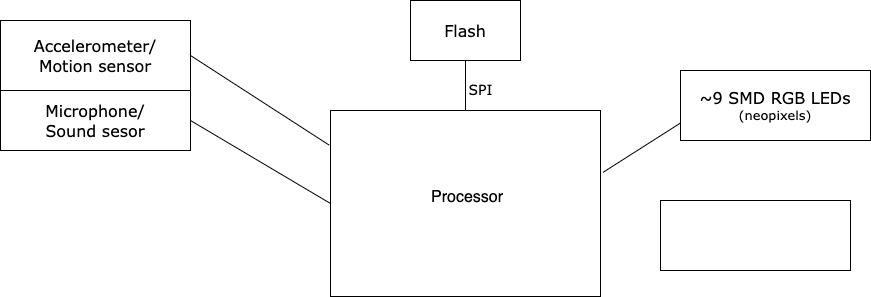
Earlier version of the draw.io export software-block-diagram-week-1.png (SlumberParty/claires-making-embedded-systems-coursework). Source tidied: cells renumbered, new cells last; positions are measured from the earlier drawing's top-left corner, leaving out a move shared by most shapes.
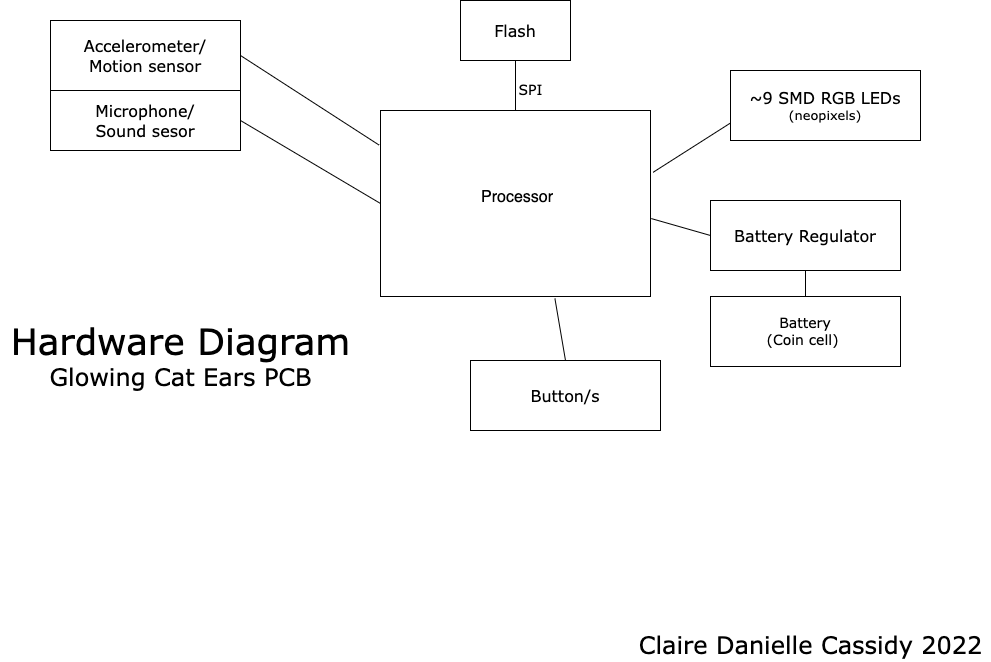
The same diagram one commit later.

Diff of the diagram source:
```diff
@@ -35,8 +35,29 @@
     <mxCell id="12" style="endArrow=none;html=1;rounded=0;fontFamily=Verdana;fontSize=14;entryX=0.5;entryY=0;entryDx=0;entryDy=0;exitX=0.5;exitY=1;exitDx=0;exitDy=0;" parent="1" edge="1" source="9" target="2">
       <mxGeometry relative="1" as="geometry" />
     </mxCell>
-    <mxCell id="13" style="rounded=0;whiteSpace=wrap;html=1;fontFamily=Verdana;fontSize=13;" parent="1" vertex="1">
+    <mxCell id="13" value="&lt;font size=&quot;3&quot;&gt;Battery Regulator&lt;/font&gt;" style="rounded=0;whiteSpace=wrap;html=1;fontFamily=Verdana;fontSize=13;" parent="1" vertex="1">
       <mxGeometry x="660" y="200" width="190" height="70" as="geometry" />
     </mxCell>
+    <mxCell id="14" style="endArrow=none;html=1;rounded=0;fontFamily=Verdana;fontSize=14;entryX=0.5;entryY=1;entryDx=0;entryDy=0;exitX=0.5;exitY=0;exitDx=0;exitDy=0;" parent="1" edge="1" source="15" target="13">
+      <mxGeometry relative="1" as="geometry" />
+    </mxCell>
+    <mxCell id="15" value="&lt;font style=&quot;font-size: 14px&quot;&gt;Battery&lt;br&gt;(Coin cell)&amp;nbsp;&lt;/font&gt;" style="rounded=0;whiteSpace=wrap;html=1;fontFamily=Verdana;fontSize=13;" parent="1" vertex="1">
+      <mxGeometry x="660" y="296" width="190" height="70" as="geometry" />
+    </mxCell>
+    <mxCell id="16" style="endArrow=none;html=1;rounded=0;fontFamily=Verdana;fontSize=14;entryX=0;entryY=0.5;entryDx=0;entryDy=0;exitX=1.003;exitY=0.581;exitDx=0;exitDy=0;exitPerimeter=0;" parent="1" edge="1" source="2" target="13">
+      <mxGeometry relative="1" as="geometry" />
+    </mxCell>
+    <mxCell id="17" value="&lt;font size=&quot;3&quot;&gt;Button/s&lt;/font&gt;" style="rounded=0;whiteSpace=wrap;html=1;fontFamily=Verdana;fontSize=13;" parent="1" vertex="1">
+      <mxGeometry x="420" y="360" width="190" height="70" as="geometry" />
+    </mxCell>
+    <mxCell id="18" style="endArrow=none;html=1;rounded=0;fontFamily=Verdana;fontSize=14;entryX=0.5;entryY=0;entryDx=0;entryDy=0;exitX=0.646;exitY=1.011;exitDx=0;exitDy=0;exitPerimeter=0;" parent="1" edge="1" source="2" target="17">
+      <mxGeometry relative="1" as="geometry" />
+    </mxCell>
+    <mxCell id="19" value="&lt;font&gt;&lt;font style=&quot;font-size: 36px&quot;&gt;Hardware Diagram&lt;/font&gt;&lt;br&gt;&lt;font style=&quot;font-size: 24px&quot;&gt;Glowing Cat Ears PCB&lt;/font&gt;&lt;br&gt;&lt;/font&gt;" style="text;html=1;align=center;verticalAlign=middle;strokeColor=none;fillColor=none;fontSize=14;fontFamily=Verdana;" parent="1" vertex="1">
+      <mxGeometry x="-50" y="330" width="360" height="50" as="geometry" />
+    </mxCell>
+    <mxCell id="20" value="Claire Danielle Cassidy 2022" style="text;html=1;align=center;verticalAlign=middle;strokeColor=none;fillColor=none;fontSize=24;fontFamily=Verdana;" parent="1" vertex="1">
+      <mxGeometry x="580" y="630" width="360" height="30" as="geometry" />
+    </mxCell>
   </root>
 </mxGraphModel>
```
